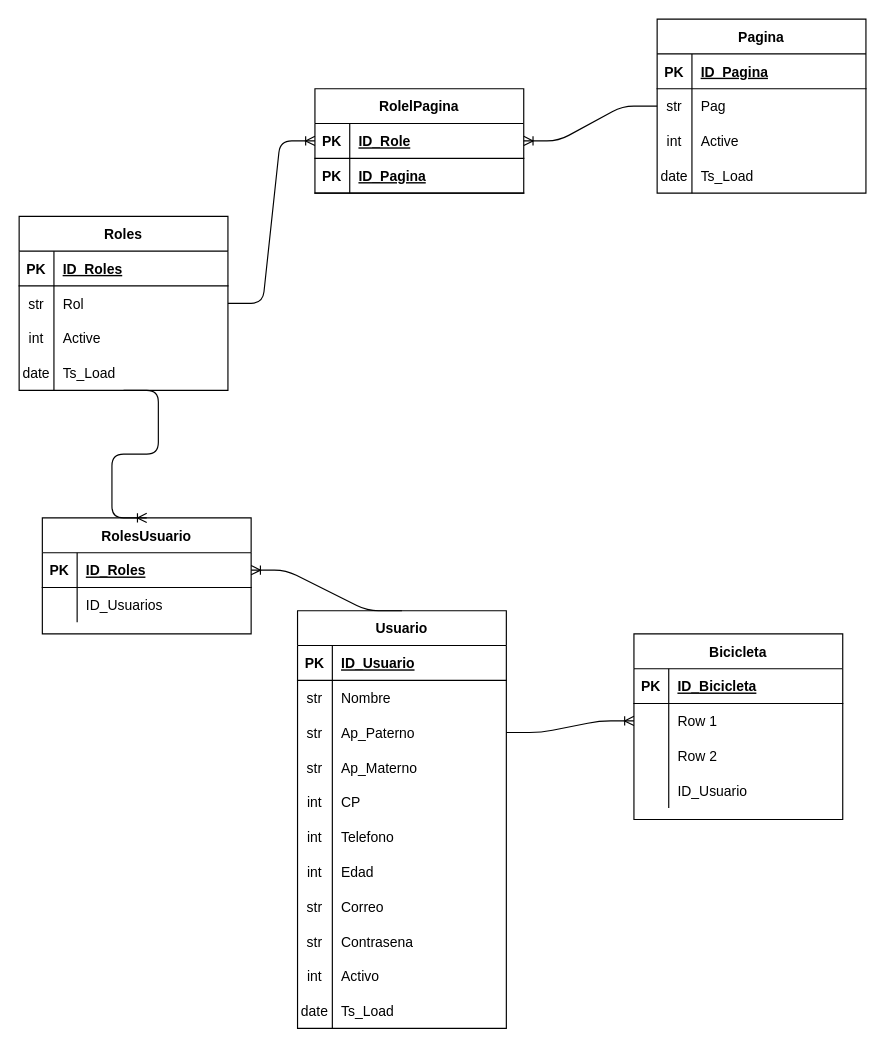
This is Bicicletas.drawio from AntonioTonyJoey/Bicicletas, a draw.io file, before an edit. Source tidied: cells renumbered, new cells numbered last; positions are measured from the earlier drawing's top-left corner, leaving out a move shared by most shapes. Both pictures are drawn from the tidied source at 116%, with x=0, y=0 at pixel (19, 19).
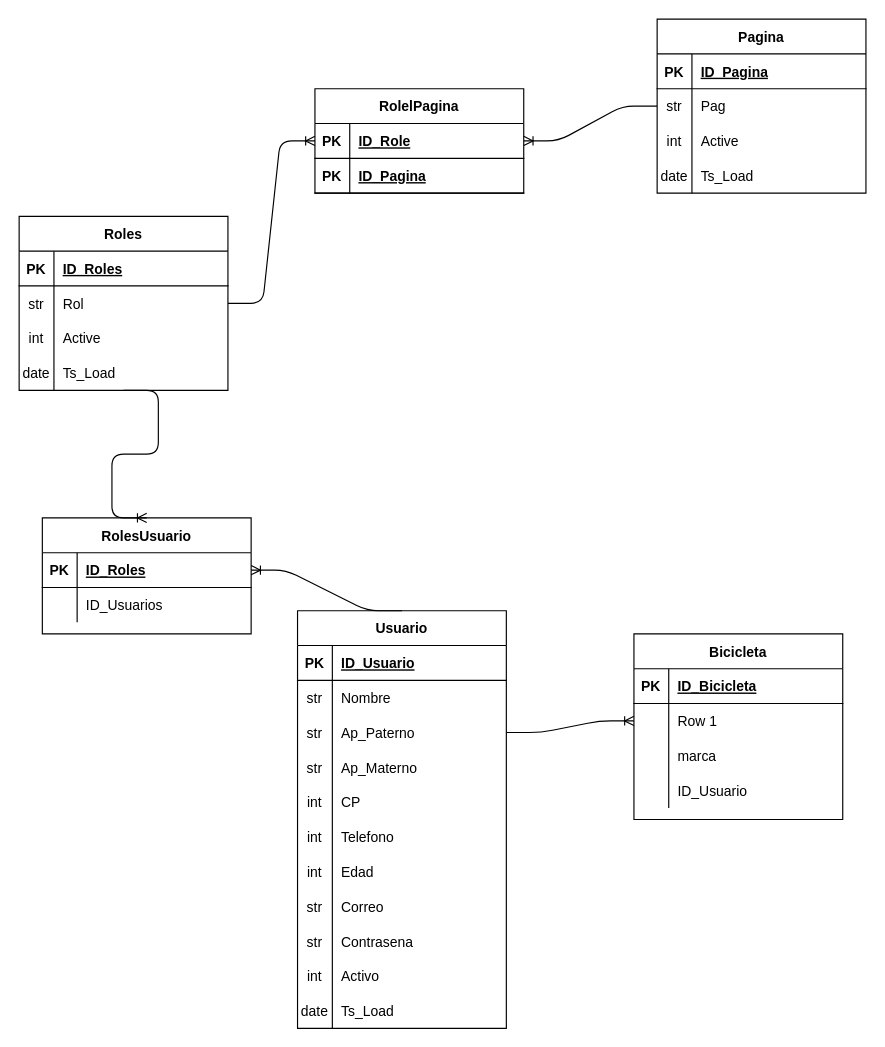
The same diagram, later.

The change refers to these unchanged cells:
```xml
<mxCell id="78" style="shape=partialRectangle;fillColor=none;top=0;left=0;bottom=0;right=0;" parent="71" vertex="1">
  <mxGeometry y="90" width="180" height="30" as="geometry" />
</mxCell>
```

Diff of the diagram source:
```diff
@@
-    <mxCell id="80" value="Row 2" style="shape=partialRectangle;fillColor=none;top=0;left=0;bottom=0;right=0;align=left;spacingLeft=6;overflow=hidden;" parent="78" vertex="1">
+    <mxCell id="80" value="marca" style="shape=partialRectangle;fillColor=none;top=0;left=0;bottom=0;right=0;align=left;spacingLeft=6;overflow=hidden;" parent="78" vertex="1">
       <mxGeometry x="30" width="150" height="30" as="geometry" />
     </mxCell>
```
